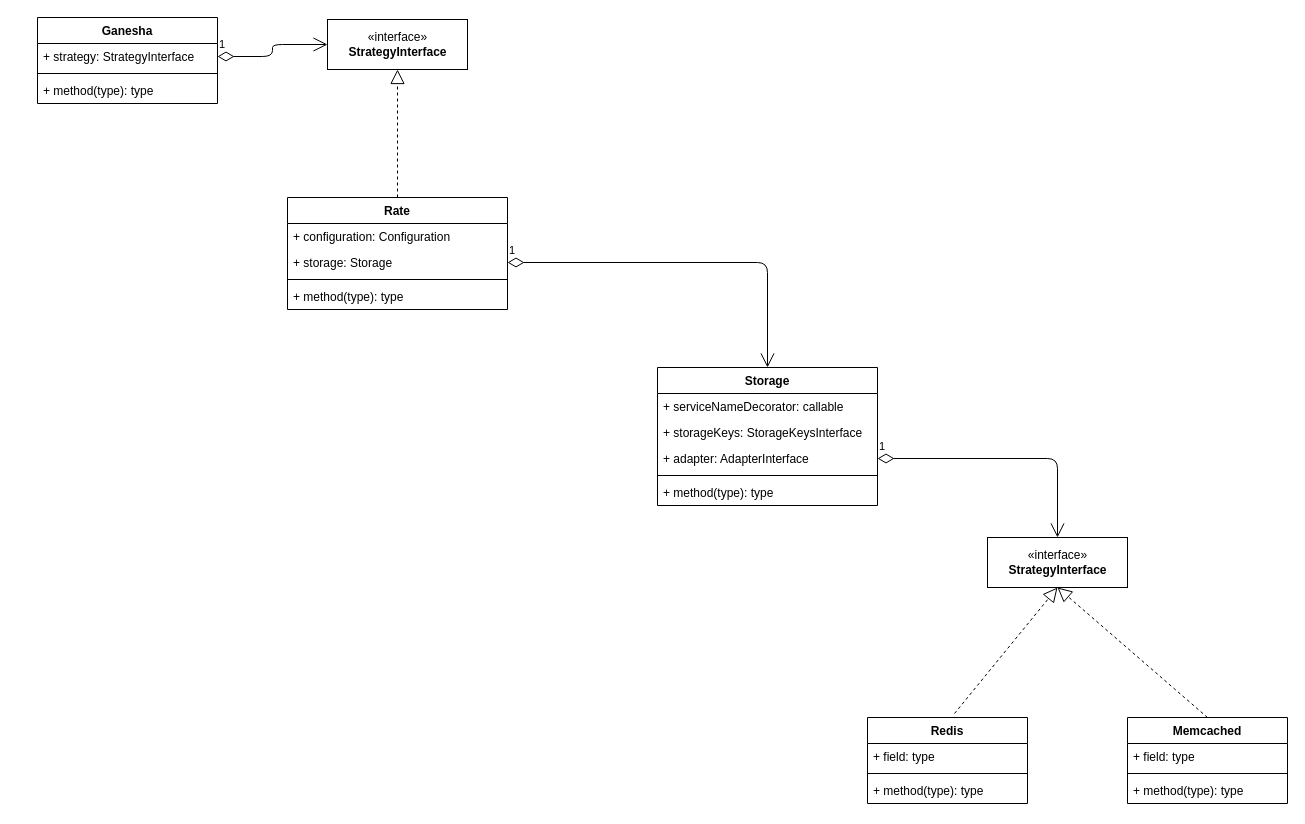
Earlier version of the draw.io diagram ganesha/ganesha.drawio (ackintosh/sandbox). Source tidied: cells renumbered, new cells numbered last; positions are measured from the earlier drawing's top-left corner, leaving out a move shared by most shapes. Both pictures are drawn from the tidied source at 100%, with x=0, y=0 at pixel (37, 17).
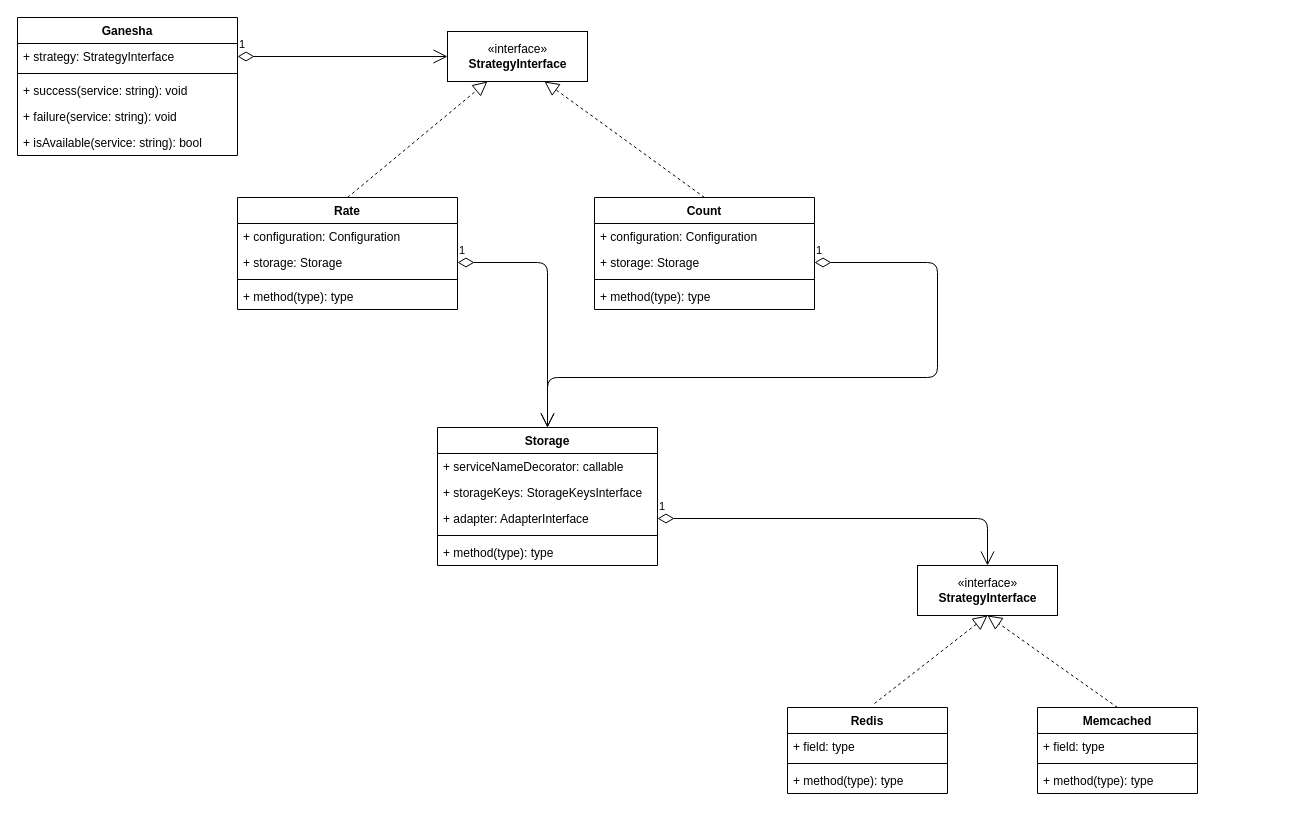
The same diagram, later.

Unchanged cells that the change refers to:
```xml
<mxCell id="9" value="+ storage: Storage" style="text;strokeColor=none;fillColor=none;align=left;verticalAlign=top;spacingLeft=4;spacingRight=4;overflow=hidden;points=[[0,0.5],[1,0.5]];portConstraint=eastwest;fontStyle=0;" parent="7" vertex="1">
  <mxGeometry y="52" width="220" height="26" as="geometry" />
</mxCell>
```

The edit, as a diff of the source:
```diff
@@
     <mxCell id="2" value="Ganesha" style="swimlane;fontStyle=1;align=center;verticalAlign=top;horizontal=1;startSize=26;" parent="1" vertex="1">
-      <mxGeometry width="180" height="86" as="geometry" />
+      <mxGeometry x="-20" width="220" height="138" as="geometry" />
     </mxCell>
     <mxCell id="3" value="+ strategy: StrategyInterface" style="text;strokeColor=none;fillColor=none;align=left;verticalAlign=top;spacingLeft=4;spacingRight=4;overflow=hidden;points=[[0,0.5],[1,0.5]];portConstraint=eastwest;" parent="2" vertex="1">
-      <mxGeometry y="26" width="180" height="26" as="geometry" />
+      <mxGeometry y="26" width="220" height="26" as="geometry" />
     </mxCell>
     <mxCell id="4" style="line;strokeWidth=1;fillColor=none;align=left;verticalAlign=middle;spacingTop=-1;spacingLeft=3;spacingRight=3;labelPosition=right;" parent="2" vertex="1">
-      <mxGeometry y="52" width="180" height="8" as="geometry" />
+      <mxGeometry y="52" width="220" height="8" as="geometry" />
     </mxCell>
-    <mxCell id="5" value="+ method(type): type" style="text;strokeColor=none;fillColor=none;align=left;verticalAlign=top;spacingLeft=4;spacingRight=4;overflow=hidden;" parent="2" vertex="1">
-      <mxGeometry y="60" width="180" height="26" as="geometry" />
+    <mxCell id="5" value="+ success(service: string): void" style="text;strokeColor=none;fillColor=none;align=left;verticalAlign=top;spacingLeft=4;spacingRight=4;overflow=hidden;fontStyle=0;" parent="2" vertex="1">
+      <mxGeometry y="60" width="220" height="26" as="geometry" />
     </mxCell>
+    <mxCell id="33" value="+ failure(service: string): void" style="text;strokeColor=none;fillColor=none;align=left;verticalAlign=top;spacingLeft=4;spacingRight=4;overflow=hidden;fontStyle=0;" parent="2" vertex="1">
+      <mxGeometry y="86" width="220" height="26" as="geometry" />
+    </mxCell>
+    <mxCell id="34" value="+ isAvailable(service: string): bool" style="text;strokeColor=none;fillColor=none;align=left;verticalAlign=top;spacingLeft=4;spacingRight=4;overflow=hidden;fontStyle=0;" parent="2" vertex="1">
+      <mxGeometry y="112" width="220" height="26" as="geometry" />
+    </mxCell>
     <mxCell id="6" value="«interface»&lt;br&gt;&lt;b&gt;StrategyInterface&lt;/b&gt;" style="html=1;" parent="1" vertex="1">
-      <mxGeometry x="290" y="2" width="140" height="50" as="geometry" />
+      <mxGeometry x="410" y="14" width="140" height="50" as="geometry" />
     </mxCell>
     <mxCell id="7" value="Rate" style="swimlane;fontStyle=1;align=center;verticalAlign=top;horizontal=1;startSize=26;" parent="1" vertex="1">
-      <mxGeometry x="250" y="180" width="220" height="112" as="geometry" />
+      <mxGeometry x="200" y="180" width="220" height="112" as="geometry" />
     </mxCell>
@@
-    <mxCell id="13" style="endArrow=block;dashed=1;endFill=0;endSize=12;html=1;entryX=0.5;entryY=1;entryDx=0;entryDy=0;exitX=0.5;exitY=0;exitDx=0;exitDy=0;" parent="1" edge="1" source="7" target="6">
+    <mxCell id="13" style="endArrow=block;dashed=1;endFill=0;endSize=12;html=1;exitX=0.5;exitY=0;exitDx=0;exitDy=0;" parent="1" edge="1" source="7" target="6">
       <mxGeometry relative="1" as="geometry" />
     </mxCell>
     <mxCell id="14" value="Storage" style="swimlane;fontStyle=1;align=center;verticalAlign=top;horizontal=1;startSize=26;" parent="1" vertex="1">
-      <mxGeometry x="620" y="350" width="220" height="138" as="geometry" />
+      <mxGeometry x="400" y="410" width="220" height="138" as="geometry" />
     </mxCell>
@@
     <mxCell id="20" value="1" style="endArrow=open;html=1;endSize=12;startArrow=diamondThin;startSize=14;startFill=0;edgeStyle=orthogonalEdgeStyle;align=left;verticalAlign=bottom;exitX=1;exitY=0.5;exitDx=0;exitDy=0;entryX=0.5;entryY=0;entryDx=0;entryDy=0;" parent="1" edge="1" source="9" target="14">
-      <mxGeometry x="-1" y="3" relative="1" as="geometry" />
+      <mxGeometry x="-1" y="3" relative="1" as="geometry">
+        <Array as="points">
+          <mxPoint x="510" y="245" />
+        </Array>
+      </mxGeometry>
     </mxCell>
     <mxCell id="21" value="«interface»&lt;br&gt;&lt;b&gt;StrategyInterface&lt;/b&gt;" style="html=1;" parent="1" vertex="1">
-      <mxGeometry x="950" y="520" width="140" height="50" as="geometry" />
+      <mxGeometry x="880" y="548" width="140" height="50" as="geometry" />
     </mxCell>
@@
     <mxCell id="23" value="Redis" style="swimlane;fontStyle=1;align=center;verticalAlign=top;horizontal=1;startSize=26;" parent="1" vertex="1">
-      <mxGeometry x="830" y="700" width="160" height="86" as="geometry" />
+      <mxGeometry x="750" y="690" width="160" height="86" as="geometry" />
     </mxCell>
@@
     <mxCell id="27" value="Memcached" style="swimlane;fontStyle=1;align=center;verticalAlign=top;horizontal=1;startSize=26;" parent="1" vertex="1">
-      <mxGeometry x="1090" y="700" width="160" height="86" as="geometry" />
+      <mxGeometry x="1000" y="690" width="160" height="86" as="geometry" />
     </mxCell>
@@
+    <mxCell id="35" value="Count" style="swimlane;fontStyle=1;align=center;verticalAlign=top;horizontal=1;startSize=26;" parent="1" vertex="1">
+      <mxGeometry x="557" y="180" width="220" height="112" as="geometry" />
+    </mxCell>
+    <mxCell id="36" value="+ configuration: Configuration" style="text;strokeColor=none;fillColor=none;align=left;verticalAlign=top;spacingLeft=4;spacingRight=4;overflow=hidden;" parent="35" vertex="1">
+      <mxGeometry y="26" width="220" height="26" as="geometry" />
+    </mxCell>
+    <mxCell id="37" value="+ storage: Storage" style="text;strokeColor=none;fillColor=none;align=left;verticalAlign=top;spacingLeft=4;spacingRight=4;overflow=hidden;points=[[0,0.5],[1,0.5]];portConstraint=eastwest;fontStyle=0;" parent="35" vertex="1">
+      <mxGeometry y="52" width="220" height="26" as="geometry" />
+    </mxCell>
+    <mxCell id="38" style="line;strokeWidth=1;fillColor=none;align=left;verticalAlign=middle;spacingTop=-1;spacingLeft=3;spacingRight=3;labelPosition=right;" parent="35" vertex="1">
+      <mxGeometry y="78" width="220" height="8" as="geometry" />
+    </mxCell>
+    <mxCell id="39" value="+ method(type): type" style="text;strokeColor=none;fillColor=none;align=left;verticalAlign=top;spacingLeft=4;spacingRight=4;overflow=hidden;" parent="35" vertex="1">
+      <mxGeometry y="86" width="220" height="26" as="geometry" />
+    </mxCell>
+    <mxCell id="40" style="endArrow=block;dashed=1;endFill=0;endSize=12;html=1;exitX=0.5;exitY=0;exitDx=0;exitDy=0;entryX=0.693;entryY=1;entryDx=0;entryDy=0;entryPerimeter=0;" parent="1" edge="1" source="35" target="6">
+      <mxGeometry relative="1" as="geometry" />
+    </mxCell>
+    <mxCell id="41" value="1" style="endArrow=open;html=1;endSize=12;startArrow=diamondThin;startSize=14;startFill=0;edgeStyle=orthogonalEdgeStyle;align=left;verticalAlign=bottom;exitX=1;exitY=0.5;exitDx=0;exitDy=0;entryX=0.5;entryY=0;entryDx=0;entryDy=0;" parent="1" edge="1" source="37" target="14">
+      <mxGeometry x="-1" y="3" relative="1" as="geometry">
+        <Array as="points">
+          <mxPoint x="900" y="245" />
+          <mxPoint x="900" y="360" />
+          <mxPoint x="510" y="360" />
+        </Array>
+      </mxGeometry>
+    </mxCell>
```
